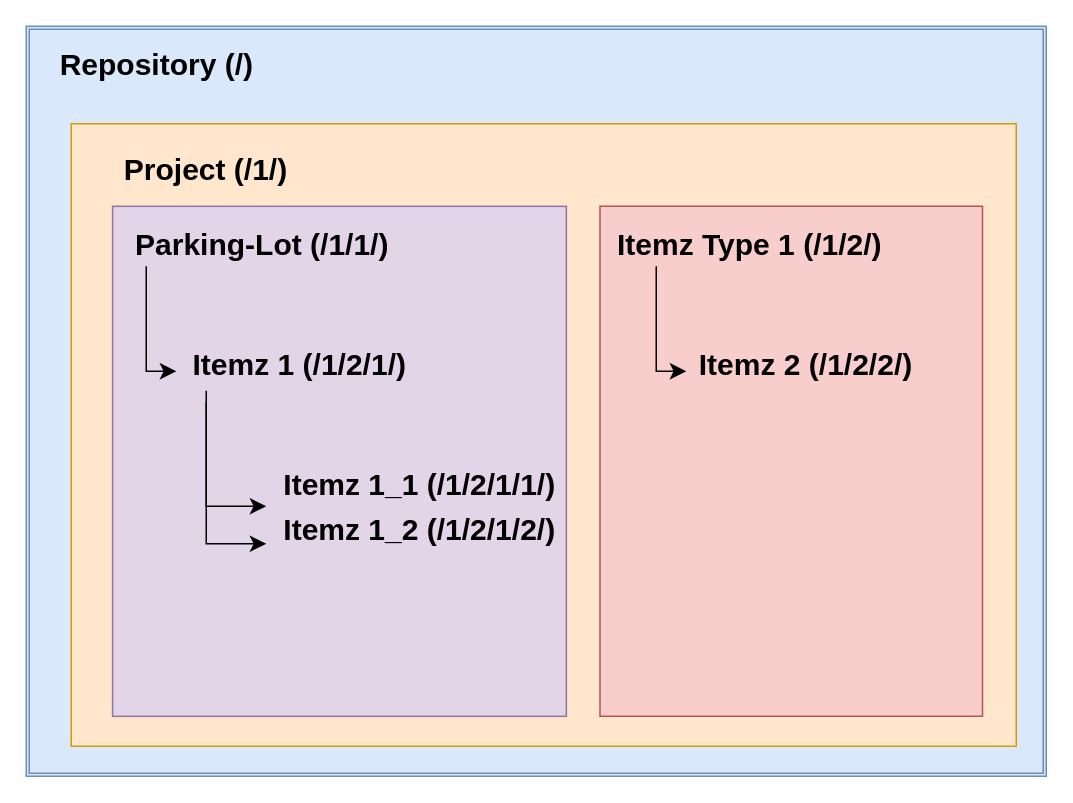
Earlier version of the draw.io diagram ItemzAPI/01 Docs and Notes/Concept-Of-Hierarchy/Diagrams/030_ItemzHierarchyStructure.drawio (Dharmesh-Shah/ItemzAPI). Source tidied: cells renumbered, new cells numbered last; positions are measured from the earlier drawing's top-left corner, leaving out a move shared by most shapes. Both pictures are drawn from the tidied source at 150%, with x=0, y=0 at pixel (26, 26).
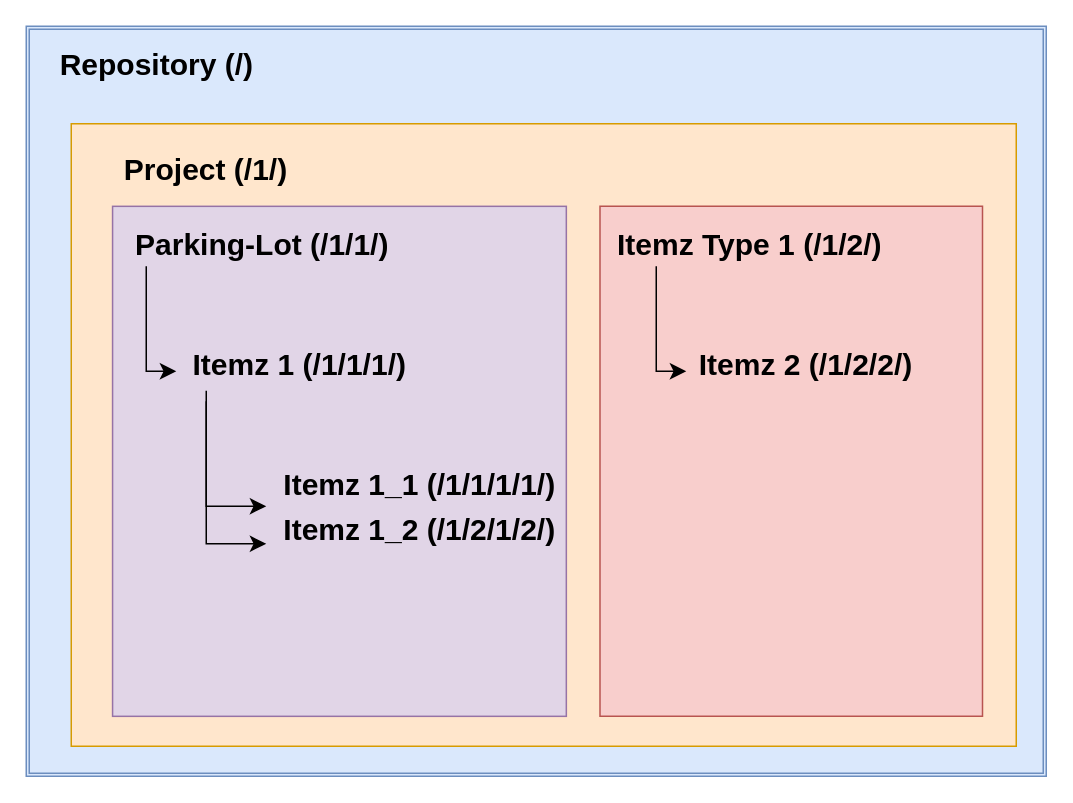
The same diagram, later.

Change to the diagram source:
```diff
@@
-    <mxCell id="10" value="&lt;span style=&quot;font-size: 20px;&quot;&gt;&lt;b&gt;Itemz 1 (/1/2/1/)&lt;/b&gt;&lt;/span&gt;" style="text;strokeColor=none;align=center;fillColor=none;html=1;verticalAlign=middle;whiteSpace=wrap;rounded=0;" parent="1" vertex="1">
+    <mxCell id="10" value="&lt;span style=&quot;font-size: 20px;&quot;&gt;&lt;b&gt;Itemz 1 (/1/1/1/)&lt;/b&gt;&lt;/span&gt;" style="text;strokeColor=none;align=center;fillColor=none;html=1;verticalAlign=middle;whiteSpace=wrap;rounded=0;" parent="1" vertex="1">
       <mxGeometry x="90" y="210" width="185" height="30" as="geometry" />
     </mxCell>
-    <mxCell id="11" value="&lt;span style=&quot;font-size: 20px;&quot;&gt;&lt;b&gt;Itemz 1_1 (/1/2/1/1/)&lt;/b&gt;&lt;/span&gt;" style="text;strokeColor=none;align=center;fillColor=none;html=1;verticalAlign=middle;whiteSpace=wrap;rounded=0;" parent="1" vertex="1">
+    <mxCell id="11" value="&lt;span style=&quot;font-size: 20px;&quot;&gt;&lt;b&gt;Itemz 1_1 (/1/1/1/1/)&lt;/b&gt;&lt;/span&gt;" style="text;strokeColor=none;align=center;fillColor=none;html=1;verticalAlign=middle;whiteSpace=wrap;rounded=0;" parent="1" vertex="1">
       <mxGeometry x="170" y="290" width="185" height="30" as="geometry" />
     </mxCell>
```
